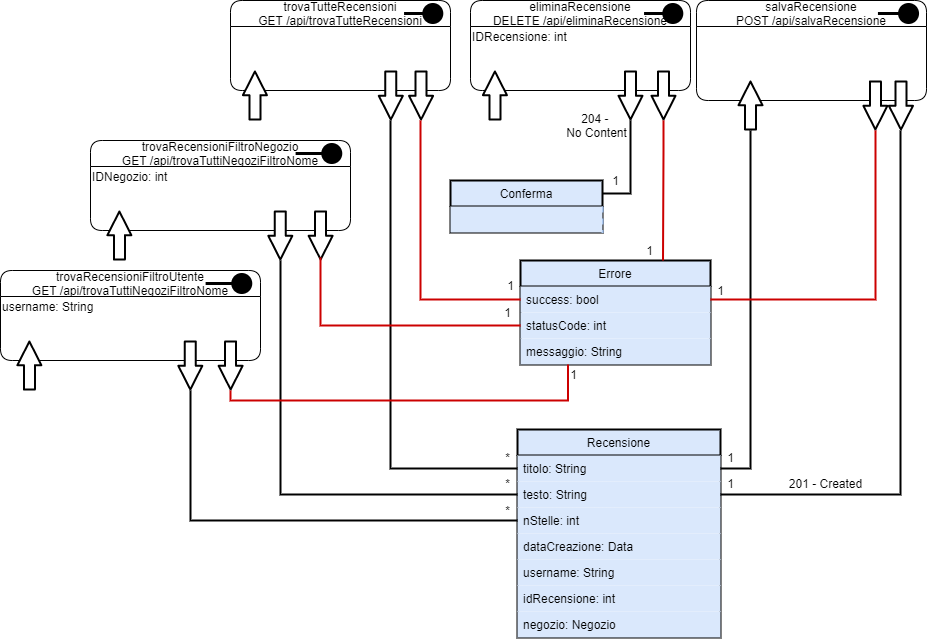
Earlier version of the draw.io export UML/Diagramma Risorse/Diagramma Risorse Recensioni.png (G15-UniTN/iSpesa). Source tidied: cells renumbered, new cells last; positions are measured from the earlier drawing's top-left corner, leaving out a move shared by most shapes.
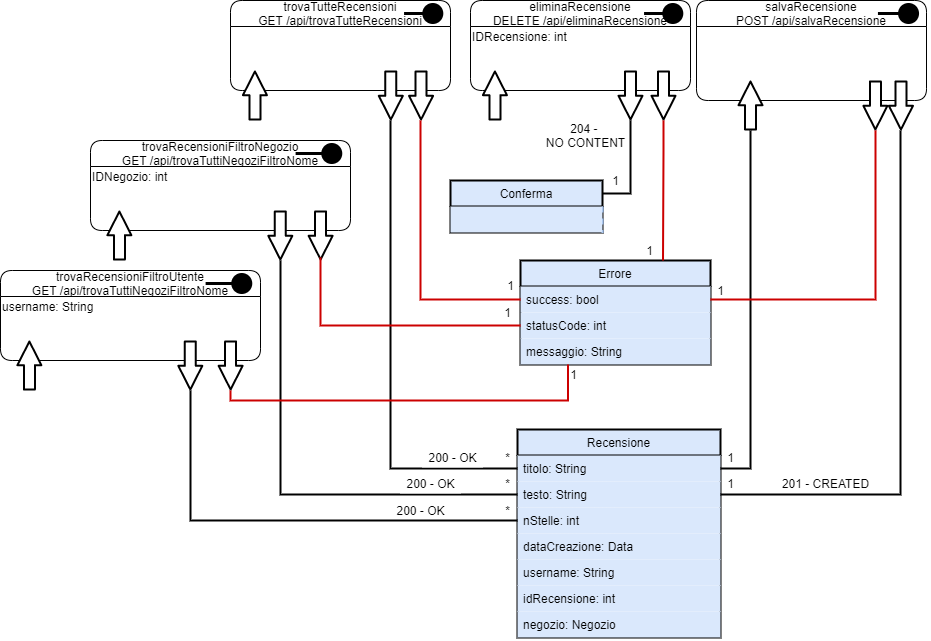
After the change.

What changed in the source:
```diff
@@ -101,8 +101,8 @@
     <mxCell id="26" value="1" style="text;html=1;align=center;verticalAlign=middle;strokeColor=none;" parent="1" vertex="1">
       <mxGeometry x="639" y="240" width="20" height="20" as="geometry" />
     </mxCell>
-    <mxCell id="27" value="204 - &lt;br&gt;No Content" style="text;html=1;align=center;verticalAlign=middle;strokeColor=none;" parent="1" vertex="1">
-      <mxGeometry x="556" y="110" width="80" height="30" as="geometry" />
+    <mxCell id="27" value="204 - &lt;br&gt;NO CONTENT" style="text;html=1;align=center;verticalAlign=middle;strokeColor=none;" parent="1" vertex="1">
+      <mxGeometry x="540" y="120" width="90" height="30" as="geometry" />
     </mxCell>
     <mxCell id="28" style="group;" parent="1" vertex="1">
       <mxGeometry x="696" width="230" height="120" as="geometry" />
@@ -145,8 +145,8 @@
     <mxCell id="35" value="1" style="text;html=1;align=center;verticalAlign=middle;strokeColor=none;" parent="1" vertex="1">
       <mxGeometry x="720" y="447" width="20" height="20" as="geometry" />
     </mxCell>
-    <mxCell id="36" value="201 - Created" style="text;html=1;align=center;verticalAlign=middle;strokeColor=none;fillColor=#ffffff;" parent="1" vertex="1">
-      <mxGeometry x="780" y="473" width="90" height="20" as="geometry" />
+    <mxCell id="36" value="201 - CREATED" style="text;html=1;align=center;verticalAlign=middle;strokeColor=none;fillColor=#ffffff;" parent="1" vertex="1">
+      <mxGeometry x="775" y="473" width="100" height="20" as="geometry" />
     </mxCell>
     <mxCell id="37" value="1" style="text;html=1;align=center;verticalAlign=middle;strokeColor=none;" parent="1" vertex="1">
       <mxGeometry x="720" y="473" width="20" height="20" as="geometry" />
@@ -332,5 +332,14 @@
     <mxCell id="72" value="*" style="text;html=1;align=center;verticalAlign=middle;strokeColor=none;" parent="1" vertex="1">
       <mxGeometry x="497" y="500" width="20" height="20" as="geometry" />
     </mxCell>
+    <mxCell id="73" value="200 - OK" style="text;html=1;align=center;verticalAlign=middle;fillColor=#ffffff;" parent="1" vertex="1">
+      <mxGeometry x="422" y="447" width="60" height="20" as="geometry" />
+    </mxCell>
+    <mxCell id="74" value="200 - OK" style="text;html=1;align=center;verticalAlign=middle;fillColor=#ffffff;" parent="1" vertex="1">
+      <mxGeometry x="400" y="473" width="60" height="20" as="geometry" />
+    </mxCell>
+    <mxCell id="75" value="200 - OK" style="text;html=1;align=center;verticalAlign=middle;" parent="1" vertex="1">
+      <mxGeometry x="390" y="500" width="60" height="20" as="geometry" />
+    </mxCell>
   </root>
 </mxGraphModel>
```
